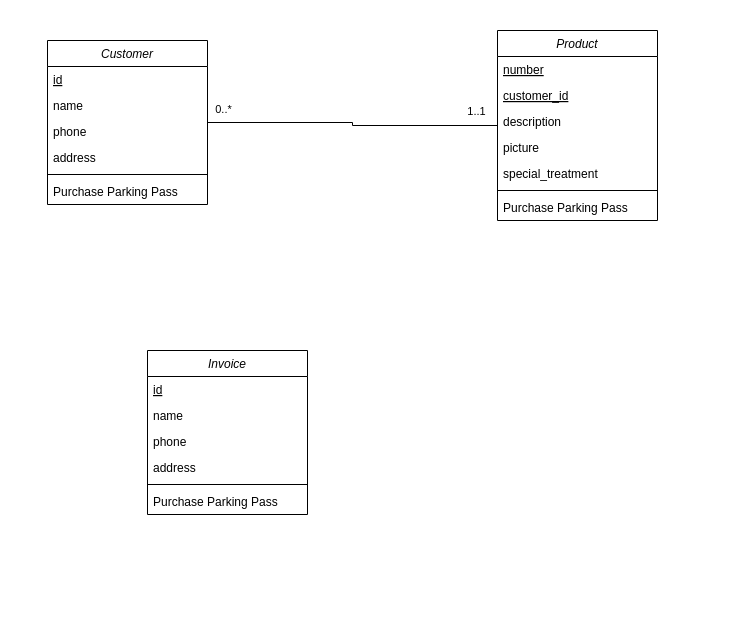
Earlier version of the draw.io diagram src/main/resources/stu.najah.se/sql/UML.drawio (izzat-najah-edu/carpet-cleaning-service-management). Source tidied: cells renumbered, new cells numbered last; positions are measured from the earlier drawing's top-left corner, leaving out a move shared by most shapes. Both pictures are drawn from the tidied source at 100%, with x=0, y=0 at pixel (47, 30).
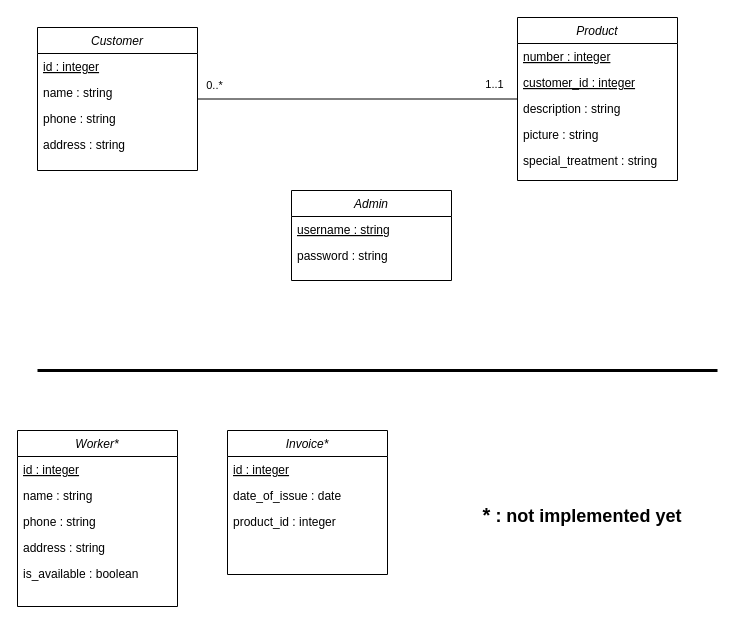
The same page after the edit.

Change to the diagram source:
```diff
@@
     <mxCell id="5" value="Customer" style="swimlane;fontStyle=2;align=center;verticalAlign=top;horizontal=1;startSize=26;rounded=0;shadow=0;strokeWidth=1;" parent="1" vertex="1">
-      <mxGeometry y="10" width="160" height="164" as="geometry" />
+      <mxGeometry x="-10" y="-3" width="160" height="143" as="geometry" />
     </mxCell>
-    <mxCell id="6" value="id" style="text;align=left;verticalAlign=top;spacingLeft=4;spacingRight=4;overflow=hidden;fontStyle=4;" parent="5" vertex="1">
+    <mxCell id="6" value="id : integer" style="text;align=left;verticalAlign=top;spacingLeft=4;spacingRight=4;overflow=hidden;fontStyle=4;" parent="5" vertex="1">
       <mxGeometry y="26" width="160" height="26" as="geometry" />
     </mxCell>
-    <mxCell id="7" value="name" style="text;align=left;verticalAlign=top;spacingLeft=4;spacingRight=4;overflow=hidden;" parent="5" vertex="1">
+    <mxCell id="7" value="name : string" style="text;align=left;verticalAlign=top;spacingLeft=4;spacingRight=4;overflow=hidden;" parent="5" vertex="1">
       <mxGeometry y="52" width="160" height="26" as="geometry" />
     </mxCell>
-    <mxCell id="8" value="phone" style="text;align=left;verticalAlign=top;spacingLeft=4;spacingRight=4;overflow=hidden;rounded=0;shadow=0;html=0;" parent="5" vertex="1">
+    <mxCell id="8" value="phone : string" style="text;align=left;verticalAlign=top;spacingLeft=4;spacingRight=4;overflow=hidden;rounded=0;shadow=0;html=0;" parent="5" vertex="1">
       <mxGeometry y="78" width="160" height="26" as="geometry" />
     </mxCell>
-    <mxCell id="9" value="address" style="text;align=left;verticalAlign=top;spacingLeft=4;spacingRight=4;overflow=hidden;rounded=0;shadow=0;html=0;" parent="5" vertex="1">
-      <mxGeometry y="104" width="160" height="26" as="geometry" />
+    <mxCell id="9" value="address : string" style="text;align=left;verticalAlign=top;spacingLeft=4;spacingRight=4;overflow=hidden;rounded=0;shadow=0;html=0;" parent="5" vertex="1">
+      <mxGeometry y="104" width="160" height="36" as="geometry" />
     </mxCell>
-    <mxCell id="10" style="line;html=1;strokeWidth=1;align=left;verticalAlign=middle;spacingTop=-1;spacingLeft=3;spacingRight=3;labelPosition=right;" parent="5" vertex="1">
-      <mxGeometry y="130" width="160" height="8" as="geometry" />
-    </mxCell>
-    <mxCell id="11" value="Purchase Parking Pass" style="text;align=left;verticalAlign=top;spacingLeft=4;spacingRight=4;overflow=hidden;" parent="5" vertex="1">
-      <mxGeometry y="138" width="160" height="26" as="geometry" />
-    </mxCell>
     <mxCell id="12" value="Product" style="swimlane;fontStyle=2;align=center;verticalAlign=top;horizontal=1;startSize=26;rounded=0;shadow=0;strokeWidth=1;" parent="1" vertex="1">
-      <mxGeometry x="450" width="160" height="190" as="geometry" />
+      <mxGeometry x="470" y="-13" width="160" height="163" as="geometry" />
     </mxCell>
-    <mxCell id="13" value="number" style="text;align=left;verticalAlign=top;spacingLeft=4;spacingRight=4;overflow=hidden;fontStyle=4;" parent="12" vertex="1">
+    <mxCell id="13" value="number : integer" style="text;align=left;verticalAlign=top;spacingLeft=4;spacingRight=4;overflow=hidden;fontStyle=4;" parent="12" vertex="1">
       <mxGeometry y="26" width="160" height="26" as="geometry" />
     </mxCell>
-    <mxCell id="14" value="customer_id" style="text;align=left;verticalAlign=top;spacingLeft=4;spacingRight=4;overflow=hidden;fontStyle=4;" parent="12" vertex="1">
+    <mxCell id="14" value="customer_id : integer" style="text;align=left;verticalAlign=top;spacingLeft=4;spacingRight=4;overflow=hidden;fontStyle=4;" parent="12" vertex="1">
       <mxGeometry y="52" width="160" height="26" as="geometry" />
     </mxCell>
-    <mxCell id="15" value="description" style="text;align=left;verticalAlign=top;spacingLeft=4;spacingRight=4;overflow=hidden;fontStyle=0;" parent="12" vertex="1">
+    <mxCell id="15" value="description : string" style="text;align=left;verticalAlign=top;spacingLeft=4;spacingRight=4;overflow=hidden;fontStyle=0;" parent="12" vertex="1">
       <mxGeometry y="78" width="160" height="26" as="geometry" />
     </mxCell>
-    <mxCell id="16" value="picture" style="text;align=left;verticalAlign=top;spacingLeft=4;spacingRight=4;overflow=hidden;rounded=0;shadow=0;html=0;" parent="12" vertex="1">
+    <mxCell id="16" value="picture : string" style="text;align=left;verticalAlign=top;spacingLeft=4;spacingRight=4;overflow=hidden;rounded=0;shadow=0;html=0;" parent="12" vertex="1">
       <mxGeometry y="104" width="160" height="26" as="geometry" />
     </mxCell>
-    <mxCell id="17" value="special_treatment" style="text;align=left;verticalAlign=top;spacingLeft=4;spacingRight=4;overflow=hidden;rounded=0;shadow=0;html=0;" parent="12" vertex="1">
+    <mxCell id="17" value="special_treatment : string" style="text;align=left;verticalAlign=top;spacingLeft=4;spacingRight=4;overflow=hidden;rounded=0;shadow=0;html=0;" parent="12" vertex="1">
       <mxGeometry y="130" width="160" height="26" as="geometry" />
     </mxCell>
-    <mxCell id="18" style="line;html=1;strokeWidth=1;align=left;verticalAlign=middle;spacingTop=-1;spacingLeft=3;spacingRight=3;labelPosition=right;" parent="12" vertex="1">
-      <mxGeometry y="156" width="160" height="8" as="geometry" />
-    </mxCell>
-    <mxCell id="19" value="Purchase Parking Pass" style="text;align=left;verticalAlign=top;spacingLeft=4;spacingRight=4;overflow=hidden;" parent="12" vertex="1">
-      <mxGeometry y="164" width="160" height="26" as="geometry" />
-    </mxCell>
-    <mxCell id="20" value="Invoice" style="swimlane;fontStyle=2;align=center;verticalAlign=top;horizontal=1;startSize=26;rounded=0;shadow=0;strokeWidth=1;" parent="1" vertex="1">
-      <mxGeometry x="100" y="320" width="160" height="164" as="geometry" />
+    <mxCell id="20" value="Invoice*" style="swimlane;fontStyle=2;align=center;verticalAlign=top;horizontal=1;startSize=26;rounded=0;shadow=0;strokeWidth=1;" parent="1" vertex="1">
+      <mxGeometry x="180" y="400" width="160" height="144" as="geometry" />
     </mxCell>
-    <mxCell id="21" value="id" style="text;align=left;verticalAlign=top;spacingLeft=4;spacingRight=4;overflow=hidden;fontStyle=4;" parent="20" vertex="1">
+    <mxCell id="21" value="id : integer" style="text;align=left;verticalAlign=top;spacingLeft=4;spacingRight=4;overflow=hidden;fontStyle=4;" parent="20" vertex="1">
       <mxGeometry y="26" width="160" height="26" as="geometry" />
     </mxCell>
-    <mxCell id="22" value="name" style="text;align=left;verticalAlign=top;spacingLeft=4;spacingRight=4;overflow=hidden;" parent="20" vertex="1">
+    <mxCell id="22" value="date_of_issue : date" style="text;align=left;verticalAlign=top;spacingLeft=4;spacingRight=4;overflow=hidden;" parent="20" vertex="1">
       <mxGeometry y="52" width="160" height="26" as="geometry" />
     </mxCell>
-    <mxCell id="23" value="phone" style="text;align=left;verticalAlign=top;spacingLeft=4;spacingRight=4;overflow=hidden;rounded=0;shadow=0;html=0;" parent="20" vertex="1">
-      <mxGeometry y="78" width="160" height="26" as="geometry" />
-    </mxCell>
-    <mxCell id="24" value="address" style="text;align=left;verticalAlign=top;spacingLeft=4;spacingRight=4;overflow=hidden;rounded=0;shadow=0;html=0;" parent="20" vertex="1">
-      <mxGeometry y="104" width="160" height="26" as="geometry" />
+    <mxCell id="24" value="product_id : integer" style="text;align=left;verticalAlign=top;spacingLeft=4;spacingRight=4;overflow=hidden;rounded=0;shadow=0;html=0;" parent="20" vertex="1">
+      <mxGeometry y="78" width="160" height="26" as="geometry" />
     </mxCell>
-    <mxCell id="25" style="line;html=1;strokeWidth=1;align=left;verticalAlign=middle;spacingTop=-1;spacingLeft=3;spacingRight=3;labelPosition=right;" parent="20" vertex="1">
-      <mxGeometry y="130" width="160" height="8" as="geometry" />
-    </mxCell>
-    <mxCell id="26" value="Purchase Parking Pass" style="text;align=left;verticalAlign=top;spacingLeft=4;spacingRight=4;overflow=hidden;" parent="20" vertex="1">
-      <mxGeometry y="138" width="160" height="26" as="geometry" />
-    </mxCell>
+    <mxCell id="27" value="Worker*" style="swimlane;fontStyle=2;align=center;verticalAlign=top;horizontal=1;startSize=26;rounded=0;shadow=0;strokeWidth=1;" parent="1" vertex="1">
+      <mxGeometry x="-30" y="400" width="160" height="176" as="geometry" />
+    </mxCell>
+    <mxCell id="28" value="id : integer" style="text;align=left;verticalAlign=top;spacingLeft=4;spacingRight=4;overflow=hidden;fontStyle=4;" parent="27" vertex="1">
+      <mxGeometry y="26" width="160" height="26" as="geometry" />
+    </mxCell>
+    <mxCell id="29" value="name : string" style="text;align=left;verticalAlign=top;spacingLeft=4;spacingRight=4;overflow=hidden;" parent="27" vertex="1">
+      <mxGeometry y="52" width="160" height="26" as="geometry" />
+    </mxCell>
+    <mxCell id="30" value="phone : string" style="text;align=left;verticalAlign=top;spacingLeft=4;spacingRight=4;overflow=hidden;rounded=0;shadow=0;html=0;" parent="27" vertex="1">
+      <mxGeometry y="78" width="160" height="26" as="geometry" />
+    </mxCell>
+    <mxCell id="31" value="address : string" style="text;align=left;verticalAlign=top;spacingLeft=4;spacingRight=4;overflow=hidden;rounded=0;shadow=0;html=0;" parent="27" vertex="1">
+      <mxGeometry y="104" width="160" height="26" as="geometry" />
+    </mxCell>
+    <mxCell id="32" value="is_available : boolean" style="text;align=left;verticalAlign=top;spacingLeft=4;spacingRight=4;overflow=hidden;rounded=0;shadow=0;html=0;" parent="27" vertex="1">
+      <mxGeometry y="130" width="160" height="30" as="geometry" />
+    </mxCell>
+    <mxCell id="33" value="Admin" style="swimlane;fontStyle=2;align=center;verticalAlign=top;horizontal=1;startSize=26;rounded=0;shadow=0;strokeWidth=1;" parent="1" vertex="1">
+      <mxGeometry x="244" y="160" width="160" height="90" as="geometry" />
+    </mxCell>
+    <mxCell id="34" value="username : string" style="text;align=left;verticalAlign=top;spacingLeft=4;spacingRight=4;overflow=hidden;fontStyle=4;" parent="33" vertex="1">
+      <mxGeometry y="26" width="160" height="26" as="geometry" />
+    </mxCell>
+    <mxCell id="35" value="password : string" style="text;align=left;verticalAlign=top;spacingLeft=4;spacingRight=4;overflow=hidden;" parent="33" vertex="1">
+      <mxGeometry y="52" width="160" height="26" as="geometry" />
+    </mxCell>
+    <mxCell id="36" value="&lt;font style=&quot;font-size: 20px;&quot;&gt;*&lt;/font&gt; : not implemented yet" style="text;html=1;strokeColor=none;fillColor=none;align=center;verticalAlign=middle;whiteSpace=wrap;rounded=0;fontStyle=1;fontSize=18;" parent="1" vertex="1">
+      <mxGeometry x="400" y="470" width="270" height="30" as="geometry" />
+    </mxCell>
+    <mxCell id="37" style="endArrow=none;html=1;rounded=0;fontSize=20;fontStyle=0;strokeWidth=3;" parent="1" edge="1">
+      <mxGeometry relative="1" as="geometry">
+        <mxPoint x="-10" y="340" as="sourcePoint" />
+        <mxPoint x="670" y="340" as="targetPoint" />
+      </mxGeometry>
+    </mxCell>
```
